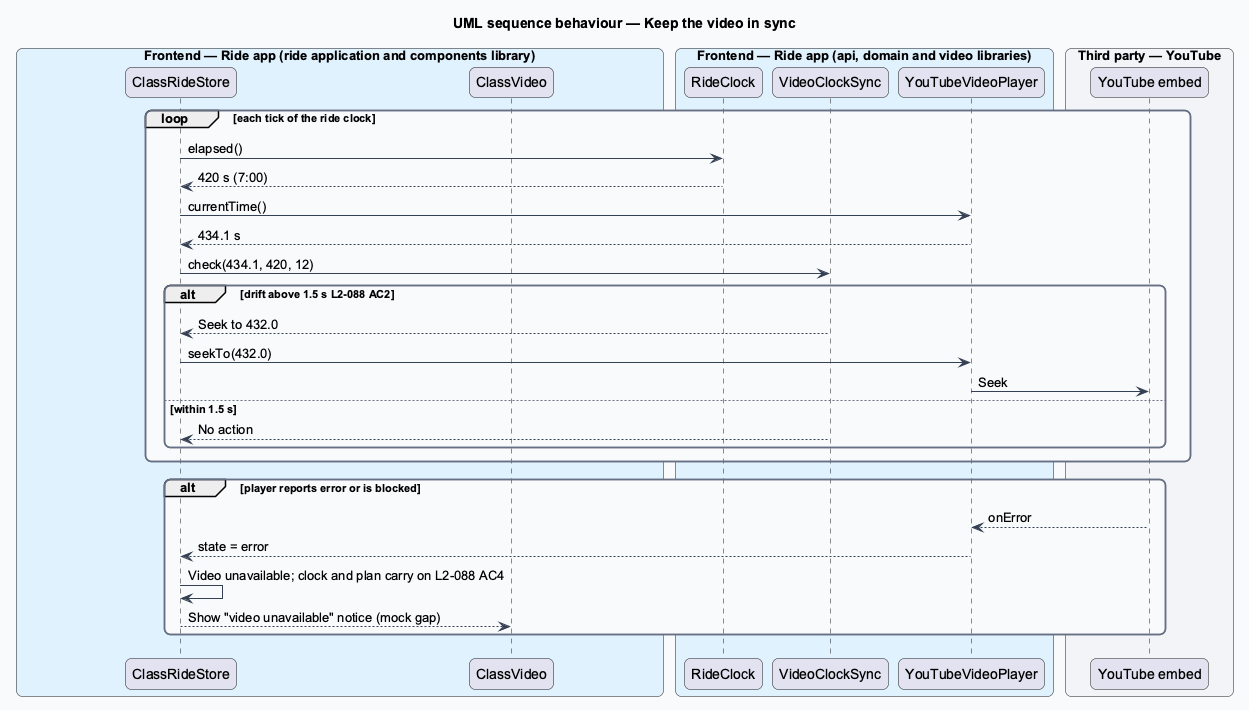
This is docs/detailed-designs/classes/ride-a-class/diagrams/sequence-keep-the-video-in-sync.png from QuinntyneBrown/ride-one, a PlantUML export, as it was before one commit.
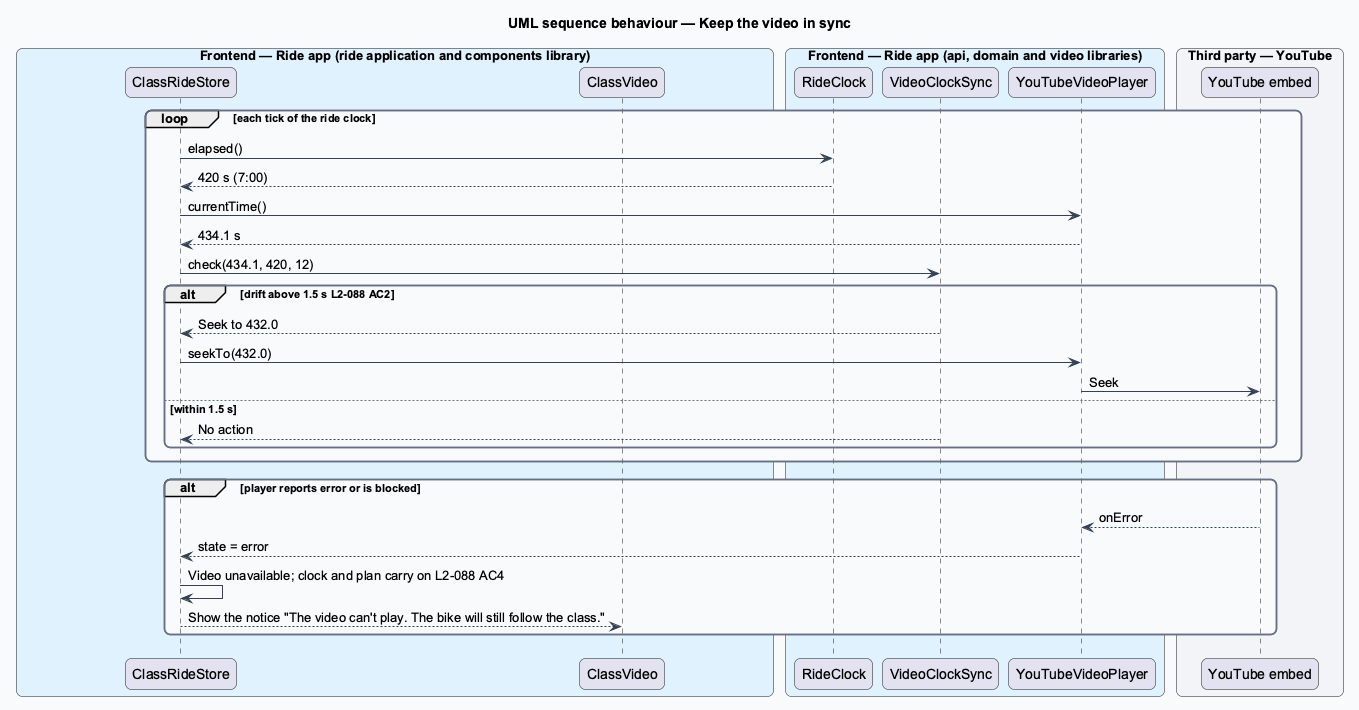
After the commit.

Diff of the diagram source:
```diff
@@ -44,6 +44,6 @@
   yt --> player : onError
   player --> store : state = error
   store -> store : Video unavailable; clock and plan carry on L2-088 AC4
-  store --> view : Show "video unavailable" notice (mock gap)
+  store --> view : Show the notice "The video can't play. The bike will still follow the class."
 end
 @enduml
```
